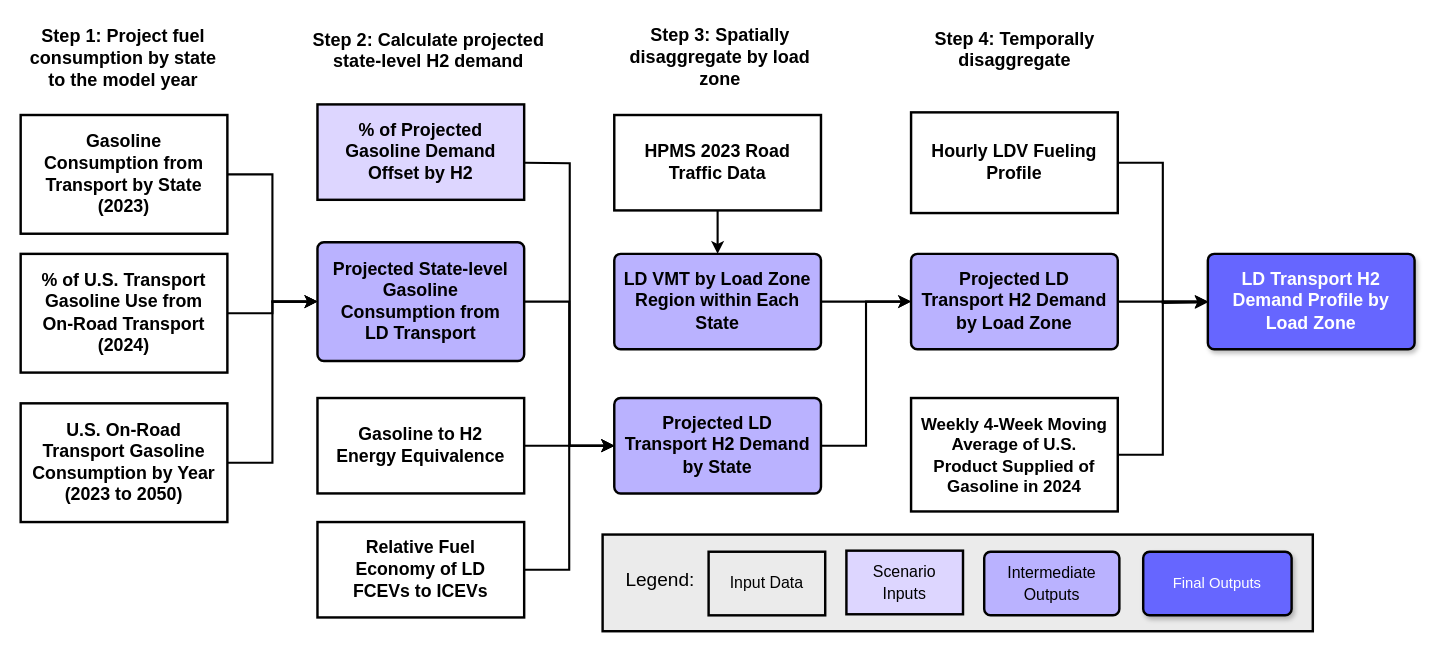
The draw.io diagram transport/ld_transport_methodology.drawio in nkong1/wecc-h2-demand, before the edit. Source tidied: cells renumbered, new cells numbered last; positions are measured from the earlier drawing's top-left corner, leaving out a move shared by most shapes. Both pictures are drawn from the tidied source at 106%, with x=0, y=0 at pixel (18, 17).
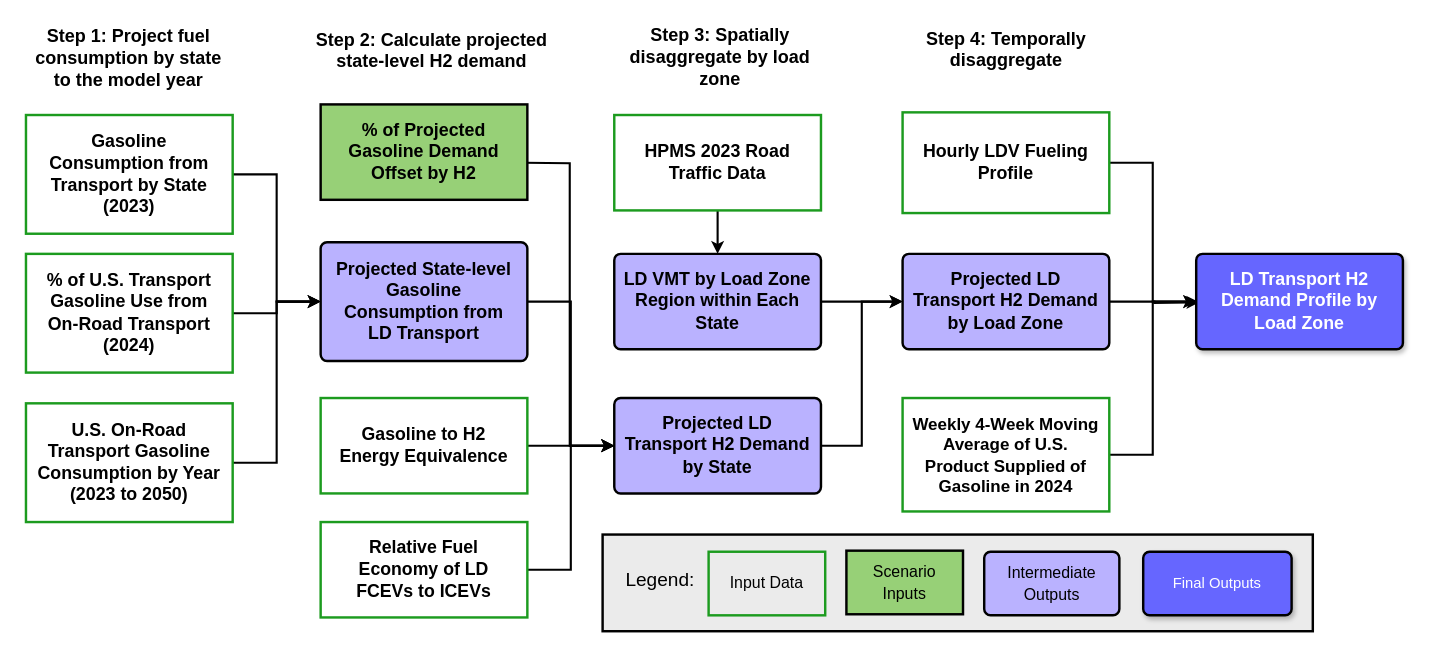
Above is the later version.

Change to the diagram source:
```diff
@@
-    <mxCell id="4" value="Gasoline Consumption from Transport by State (2023)" style="html=1;overflow=block;blockSpacing=1;whiteSpace=wrap;fontSize=16.8;fontStyle=1;align=center;spacing=9;strokeOpacity=100;fillOpacity=0;rounded=0;absoluteArcSize=1;arcSize=12;strokeWidth=2.3;lucidId=Ra_jEc_tzvwS;" parent="1" vertex="1">
-      <mxGeometry x="2" y="92" width="195" height="112" as="geometry" />
+    <mxCell id="4" value="Gasoline Consumption from Transport by State (2023)" style="html=1;overflow=block;blockSpacing=1;whiteSpace=wrap;fontSize=16.8;fontStyle=1;align=center;spacing=9;strokeOpacity=100;fillOpacity=0;rounded=0;absoluteArcSize=1;arcSize=12;strokeWidth=2.3;lucidId=Ra_jEc_tzvwS;strokeColor=#1C9B1F;" parent="1" vertex="1">
+      <mxGeometry x="7" y="92" width="195" height="112" as="geometry" />
     </mxCell>
@@
-    <mxCell id="6" value="% of U.S. Transport Gasoline Use from On-Road Transport (2024)" style="html=1;overflow=block;blockSpacing=1;whiteSpace=wrap;fontSize=16.8;fontStyle=1;align=center;spacing=9;strokeOpacity=100;fillOpacity=0;rounded=0;absoluteArcSize=1;arcSize=12;fillColor=#000000;strokeWidth=2.3;lucidId=Bf6ri0L1tkaB;" parent="1" vertex="1">
-      <mxGeometry x="2" y="223" width="195" height="112" as="geometry" />
+    <mxCell id="6" value="% of U.S. Transport Gasoline Use from On-Road Transport (2024)" style="html=1;overflow=block;blockSpacing=1;whiteSpace=wrap;fontSize=16.8;fontStyle=1;align=center;spacing=9;strokeOpacity=100;fillOpacity=0;rounded=0;absoluteArcSize=1;arcSize=12;fillColor=#000000;strokeWidth=2.3;lucidId=Bf6ri0L1tkaB;strokeColor=#1C9B1F;" parent="1" vertex="1">
+      <mxGeometry x="7" y="223" width="195" height="112" as="geometry" />
     </mxCell>
@@
-    <mxCell id="8" value="U.S. On-Road Transport Gasoline Consumption by Year (2023 to 2050)" style="html=1;overflow=block;blockSpacing=1;whiteSpace=wrap;fontSize=16.8;fontStyle=1;align=center;spacing=9;strokeOpacity=100;fillOpacity=0;rounded=0;absoluteArcSize=1;arcSize=12;fillColor=#000000;strokeWidth=2.3;lucidId=fg6rZgMcyNaT;" parent="1" vertex="1">
-      <mxGeometry x="2" y="364" width="195" height="112" as="geometry" />
+    <mxCell id="8" value="U.S. On-Road Transport Gasoline Consumption by Year (2023 to 2050)" style="html=1;overflow=block;blockSpacing=1;whiteSpace=wrap;fontSize=16.8;fontStyle=1;align=center;spacing=9;strokeOpacity=100;fillOpacity=0;rounded=0;absoluteArcSize=1;arcSize=12;fillColor=#000000;strokeWidth=2.3;lucidId=fg6rZgMcyNaT;strokeColor=#1C9B1F;" parent="1" vertex="1">
+      <mxGeometry x="7" y="364" width="195" height="112" as="geometry" />
     </mxCell>
@@
-    <mxCell id="10" value="Relative Fuel Economy of LD FCEVs to ICEVs " style="html=1;overflow=block;blockSpacing=1;whiteSpace=wrap;fontSize=16.7;fontStyle=1;align=center;spacing=9;strokeOpacity=100;fillOpacity=0;rounded=0;absoluteArcSize=1;arcSize=12;fillColor=#000000;strokeWidth=2.3;lucidId=.a_jLDfp3aDH;" parent="1" vertex="1">
-      <mxGeometry x="282" y="476" width="195" height="90" as="geometry" />
+    <mxCell id="10" value="Relative Fuel Economy of LD FCEVs to ICEVs " style="html=1;overflow=block;blockSpacing=1;whiteSpace=wrap;fontSize=16.7;fontStyle=1;align=center;spacing=9;strokeOpacity=100;fillOpacity=0;rounded=0;absoluteArcSize=1;arcSize=12;fillColor=#000000;strokeWidth=2.3;lucidId=.a_jLDfp3aDH;strokeColor=#1C9B1F;" parent="1" vertex="1">
+      <mxGeometry x="285" y="476" width="195" height="90" as="geometry" />
     </mxCell>
@@
-    <mxCell id="16" value="Hourly LDV Fueling Profile" style="html=1;overflow=block;blockSpacing=1;whiteSpace=wrap;fontSize=16.8;fontStyle=1;align=center;spacing=9;strokeOpacity=100;fillOpacity=100;rounded=0;absoluteArcSize=1;arcSize=12;strokeWidth=2.3;lucidId=vB_j5El_Hg4W;" parent="1" vertex="1">
-      <mxGeometry x="842" y="89.5" width="195" height="95" as="geometry" />
+    <mxCell id="16" value="Hourly LDV Fueling Profile" style="html=1;overflow=block;blockSpacing=1;whiteSpace=wrap;fontSize=16.8;fontStyle=1;align=center;spacing=9;strokeOpacity=100;fillOpacity=100;rounded=0;absoluteArcSize=1;arcSize=12;strokeWidth=2.3;lucidId=vB_j5El_Hg4W;strokeColor=#1C9B1F;" parent="1" vertex="1">
+      <mxGeometry x="834" y="89.5" width="195" height="95" as="geometry" />
     </mxCell>
@@
-    <mxCell id="19" value="Gasoline to H2 Energy Equivalence" style="html=1;overflow=block;blockSpacing=1;whiteSpace=wrap;fontSize=16.7;fontStyle=1;align=center;spacing=9;strokeOpacity=100;fillOpacity=0;rounded=0;absoluteArcSize=1;arcSize=12;fillColor=#000000;strokeWidth=2.3;lucidId=4p.pPyBsTCvJ;" parent="1" vertex="1">
-      <mxGeometry x="282" y="359" width="195" height="90" as="geometry" />
+    <mxCell id="19" value="Gasoline to H2 Energy Equivalence" style="html=1;overflow=block;blockSpacing=1;whiteSpace=wrap;fontSize=16.7;fontStyle=1;align=center;spacing=9;strokeOpacity=100;fillOpacity=0;rounded=0;absoluteArcSize=1;arcSize=12;fillColor=#000000;strokeWidth=2.3;lucidId=4p.pPyBsTCvJ;strokeColor=#1C9B1F;" parent="1" vertex="1">
+      <mxGeometry x="285" y="359" width="195" height="90" as="geometry" />
     </mxCell>
@@
     <mxCell id="21" value="Projected State-level Gasoline Consumption from LD Transport" style="html=1;overflow=block;blockSpacing=1;whiteSpace=wrap;fontSize=16.8;fontStyle=1;align=center;spacing=9;strokeOpacity=100;fillOpacity=100;rounded=1;absoluteArcSize=1;arcSize=12;fillColor=#BAB2FF;strokeWidth=2.3;lucidId=~h6rGYWSRmal;" parent="1" vertex="1">
-      <mxGeometry x="282" y="212" width="195" height="112" as="geometry" />
+      <mxGeometry x="285" y="212" width="195" height="112" as="geometry" />
     </mxCell>
@@
-    <mxCell id="23" value="Weekly 4-Week Moving Average of U.S. Product Supplied of Gasoline in 2024" style="html=1;overflow=block;blockSpacing=1;whiteSpace=wrap;fontSize=16;fontStyle=1;align=center;spacing=9;strokeOpacity=100;fillOpacity=100;rounded=0;absoluteArcSize=1;arcSize=12;fillColor=default;strokeWidth=2.3;lucidId=L5OtnDn3VvMG;" parent="1" vertex="1">
-      <mxGeometry x="842" y="359" width="195" height="107" as="geometry" />
+    <mxCell id="23" value="Weekly 4-Week Moving Average of U.S. Product Supplied of Gasoline in 2024" style="html=1;overflow=block;blockSpacing=1;whiteSpace=wrap;fontSize=16;fontStyle=1;align=center;spacing=9;strokeOpacity=100;fillOpacity=100;rounded=0;absoluteArcSize=1;arcSize=12;fillColor=default;strokeWidth=2.3;lucidId=L5OtnDn3VvMG;strokeColor=#1C9B1F;" parent="1" vertex="1">
+      <mxGeometry x="834" y="359" width="195" height="107" as="geometry" />
     </mxCell>
@@
-    <mxCell id="25" value="HPMS 2023 Road Traffic Data" style="html=1;overflow=block;blockSpacing=1;whiteSpace=wrap;fontSize=16.8;fontStyle=1;align=center;spacing=9;strokeOpacity=100;fillOpacity=0;rounded=0;absoluteArcSize=1;arcSize=12;fillColor=#000000;strokeWidth=2.3;lucidId=MCaMwGwd_Zn1;" parent="1" vertex="1">
+    <mxCell id="25" value="HPMS 2023 Road Traffic Data" style="html=1;overflow=block;blockSpacing=1;whiteSpace=wrap;fontSize=16.8;fontStyle=1;align=center;spacing=9;strokeOpacity=100;fillOpacity=0;rounded=0;absoluteArcSize=1;arcSize=12;fillColor=#000000;strokeWidth=2.3;lucidId=MCaMwGwd_Zn1;strokeColor=#1C9B1F;" parent="1" vertex="1">
       <mxGeometry x="562" y="92" width="195" height="90" as="geometry" />
     </mxCell>
     <mxCell id="26" value="&lt;span style=&quot;color: rgb(0, 0, 0); font-family: Helvetica; font-size: 17px; font-style: normal; font-variant-ligatures: normal; font-variant-caps: normal; font-weight: 700; letter-spacing: normal; orphans: 2; text-indent: 0px; text-transform: none; widows: 2; word-spacing: 0px; -webkit-text-stroke-width: 0px; white-space: normal; text-decoration-thickness: initial; text-decoration-style: initial; text-decoration-color: initial; float: none; display: inline !important;&quot;&gt;Step 1: Project fuel consumption by state to the model year&lt;/span&gt;" style="text;whiteSpace=wrap;html=1;align=center;" parent="1" vertex="1">
-      <mxGeometry x="-0.5" y="2" width="197.5" height="70" as="geometry" />
+      <mxGeometry x="4.5" y="2" width="197.5" height="70" as="geometry" />
     </mxCell>
     <mxCell id="27" value="&lt;span style=&quot;color: rgb(0, 0, 0); font-family: Helvetica; font-size: 17px; font-style: normal; font-variant-ligatures: normal; font-variant-caps: normal; font-weight: 700; letter-spacing: normal; orphans: 2; text-indent: 0px; text-transform: none; widows: 2; word-spacing: 0px; -webkit-text-stroke-width: 0px; white-space: normal; text-decoration-thickness: initial; text-decoration-style: initial; text-decoration-color: initial; float: none; display: inline !important;&quot;&gt;Step 2: Calculate projected state-level H2 demand&lt;/span&gt;" style="text;whiteSpace=wrap;html=1;align=center;labelBackgroundColor=none;" parent="1" vertex="1">
-      <mxGeometry x="272" y="4.5" width="230" height="51" as="geometry" />
+      <mxGeometry x="275" y="4.5" width="230" height="51" as="geometry" />
     </mxCell>
@@
     <mxCell id="29" value="&lt;span style=&quot;font-family: Helvetica; font-size: 17px; font-style: normal; font-variant-ligatures: normal; font-variant-caps: normal; font-weight: 700; letter-spacing: normal; orphans: 2; text-indent: 0px; text-transform: none; widows: 2; word-spacing: 0px; -webkit-text-stroke-width: 0px; white-space: normal; text-decoration-thickness: initial; text-decoration-style: initial; text-decoration-color: initial; float: none; display: inline !important;&quot;&gt;Step 4: Temporally disaggregate&lt;/span&gt;" style="text;whiteSpace=wrap;html=1;fontColor=default;labelBackgroundColor=none;align=center;" parent="1" vertex="1">
-      <mxGeometry x="844.5" y="4" width="190" height="50" as="geometry" />
+      <mxGeometry x="836.5" y="4" width="190" height="50" as="geometry" />
     </mxCell>
     <mxCell id="30" style="edgeStyle=orthogonalEdgeStyle;rounded=0;jettySize=auto;html=1;exitX=1;exitY=0.5;exitDx=0;exitDy=0;strokeWidth=2;" parent="1" edge="1" source="31">
       <mxGeometry relative="1" as="geometry">
-        <mxPoint x="1122" y="268.7" as="targetPoint" />
+        <mxPoint x="1114" y="268.7" as="targetPoint" />
       </mxGeometry>
     </mxCell>
     <mxCell id="31" value="Projected LD Transport H2 Demand by Load Zone" style="html=1;overflow=block;blockSpacing=1;whiteSpace=wrap;fontSize=16.8;fontStyle=1;align=center;spacing=9;strokeOpacity=100;fillOpacity=100;rounded=1;absoluteArcSize=1;arcSize=12;fillColor=#BAB2FF;strokeWidth=2.3;lucidId=Qf_jCI67Q3wd;" parent="1" vertex="1">
-      <mxGeometry x="842" y="223" width="195" height="90" as="geometry" />
+      <mxGeometry x="834" y="223" width="195" height="90" as="geometry" />
     </mxCell>
     <mxCell id="32" value="&lt;font&gt;LD Transport&amp;nbsp;H2 Demand Profile by Load Zone&lt;/font&gt;" style="html=1;overflow=block;blockSpacing=1;whiteSpace=wrap;fontSize=16.8;fontStyle=1;align=center;spacing=9;strokeOpacity=100;fillOpacity=100;rounded=1;absoluteArcSize=1;arcSize=12;strokeWidth=2.3;lucidId=Qf_jCI67Q3wd;shadow=1;fillColor=#6666FF;fontColor=#ffffff;strokeColor=#000000;" parent="1" vertex="1">
-      <mxGeometry x="1122" y="223" width="195" height="90" as="geometry" />
+      <mxGeometry x="1111" y="223" width="195" height="90" as="geometry" />
     </mxCell>
@@
-    <mxCell id="34" value="&lt;font style=&quot;font-size: 15px; font-weight: normal;&quot;&gt;Input Data&lt;/font&gt;" style="html=1;overflow=block;blockSpacing=1;whiteSpace=wrap;fontSize=16.7;fontStyle=1;align=center;spacing=9;strokeOpacity=100;fillOpacity=0;rounded=0;absoluteArcSize=1;arcSize=12;fillColor=#000000;strokeWidth=2.3;lucidId=k7AmEFViBjR.;" parent="1" vertex="1">
+    <mxCell id="34" value="&lt;font style=&quot;font-size: 15px; font-weight: normal;&quot;&gt;Input Data&lt;/font&gt;" style="html=1;overflow=block;blockSpacing=1;whiteSpace=wrap;fontSize=16.7;fontStyle=1;align=center;spacing=9;strokeOpacity=100;fillOpacity=0;rounded=0;absoluteArcSize=1;arcSize=12;fillColor=#000000;strokeWidth=2.3;lucidId=k7AmEFViBjR.;strokeColor=#1C9B1F;" parent="1" vertex="1">
       <mxGeometry x="651" y="504" width="110" height="60" as="geometry" />
     </mxCell>
@@
-    <mxCell id="37" value="% of Projected Gasoline Demand Offset by H2" style="html=1;overflow=block;blockSpacing=1;whiteSpace=wrap;fontSize=16.8;fontStyle=1;align=center;spacing=9;strokeOpacity=100;fillOpacity=100;rounded=0;absoluteArcSize=1;arcSize=12;fillColor=#DDD6FF;strokeWidth=2.3;lucidId=0c_j3FTjjWoH;" parent="1" vertex="1">
-      <mxGeometry x="282" y="82" width="195" height="90" as="geometry" />
+    <mxCell id="37" value="% of Projected Gasoline Demand Offset by H2" style="html=1;overflow=block;blockSpacing=1;whiteSpace=wrap;fontSize=16.8;fontStyle=1;align=center;spacing=9;strokeOpacity=100;fillOpacity=100;rounded=0;absoluteArcSize=1;arcSize=12;fillColor=#97D077;strokeWidth=2.3;lucidId=0c_j3FTjjWoH;" parent="1" vertex="1">
+      <mxGeometry x="285" y="82" width="195" height="90" as="geometry" />
     </mxCell>
-    <mxCell id="38" value="&lt;span style=&quot;font-weight: normal;&quot;&gt;&lt;font style=&quot;font-size: 15px;&quot;&gt;Scenario Inputs&lt;/font&gt;&lt;/span&gt;" style="html=1;overflow=block;blockSpacing=1;whiteSpace=wrap;fontSize=16.8;fontStyle=1;align=center;spacing=9;strokeOpacity=100;fillOpacity=100;rounded=0;absoluteArcSize=1;arcSize=12;fillColor=#DDD6FF;strokeWidth=2.3;lucidId=0c_j3FTjjWoH;" parent="1" vertex="1">
+    <mxCell id="38" value="&lt;span style=&quot;font-weight: normal;&quot;&gt;&lt;font style=&quot;font-size: 15px;&quot;&gt;Scenario Inputs&lt;/font&gt;&lt;/span&gt;" style="html=1;overflow=block;blockSpacing=1;whiteSpace=wrap;fontSize=16.8;fontStyle=1;align=center;spacing=9;strokeOpacity=100;fillOpacity=100;rounded=0;absoluteArcSize=1;arcSize=12;fillColor=#97D077;strokeWidth=2.3;lucidId=0c_j3FTjjWoH;" parent="1" vertex="1">
       <mxGeometry x="781" y="503" width="110" height="60" as="geometry" />
     </mxCell>
```
